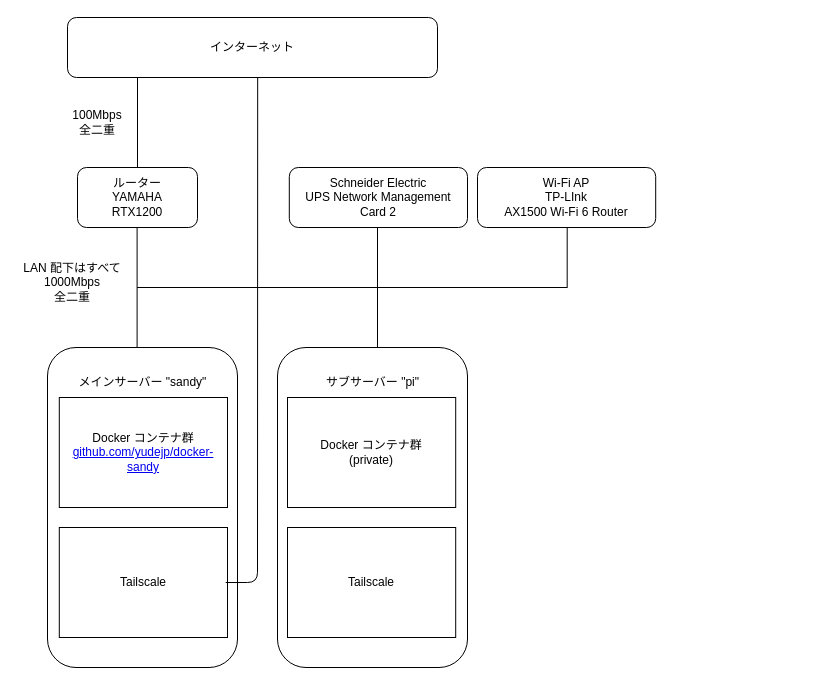
yudejp/infra_old keeps this draw.io diagram as hiroshima.drawio. Above is the earlier version. Source tidied: cells renumbered, new cells numbered last; positions are measured from the earlier drawing's top-left corner, leaving out a move shared by most shapes. Both pictures are drawn from the tidied source at 100%, with x=0, y=0 at pixel (17, 17).
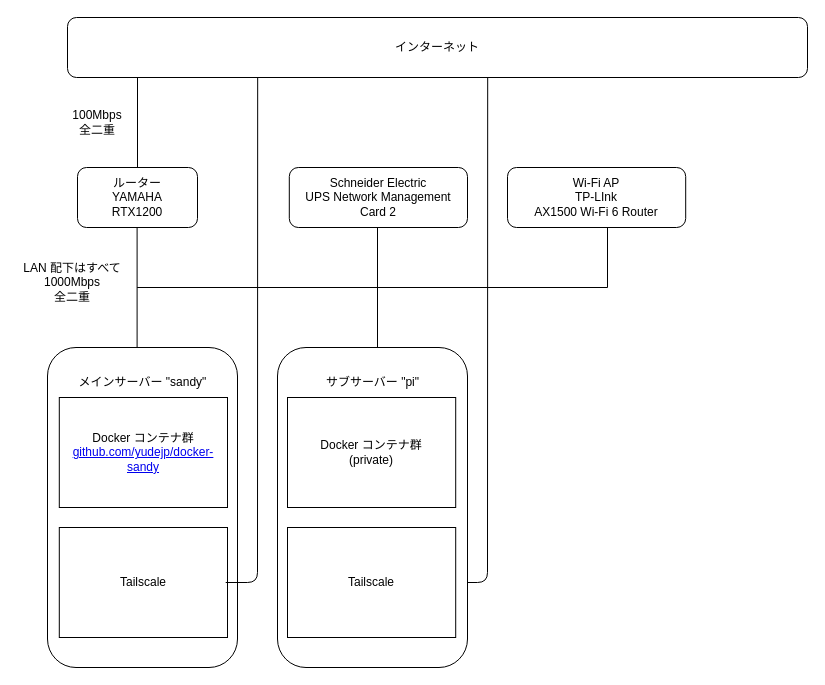
The same diagram, later.

Commit message:
Add missing lines

Change to the diagram source:
```diff
@@
+    <mxCell id="23" style="endArrow=none;html=1;entryX=0.257;entryY=0.833;entryDx=0;entryDy=0;entryPerimeter=0;" parent="1" edge="1">
+      <mxGeometry relative="1" as="geometry">
+        <mxPoint x="438.2" y="565" as="sourcePoint" />
+        <mxPoint x="470.2" y="50" as="targetPoint" />
+        <Array as="points">
+          <mxPoint x="470" y="565" />
+        </Array>
+      </mxGeometry>
+    </mxCell>
@@
     <mxCell id="8" style="endArrow=none;html=1;" parent="1" edge="1">
       <mxGeometry relative="1" as="geometry">
-        <mxPoint x="550" y="270" as="sourcePoint" />
+        <mxPoint x="590" y="270" as="sourcePoint" />
         <mxPoint x="119.6" y="270" as="targetPoint" />
       </mxGeometry>
     </mxCell>
@@
-    <mxCell id="13" style="endArrow=none;html=1;entryX=0.514;entryY=0.833;entryDx=0;entryDy=0;entryPerimeter=0;" parent="1" edge="1" target="14">
+    <mxCell id="13" style="endArrow=none;html=1;entryX=0.257;entryY=0.833;entryDx=0;entryDy=0;entryPerimeter=0;" parent="1" edge="1" target="14">
       <mxGeometry relative="1" as="geometry">
         <mxPoint x="208.2" y="565" as="sourcePoint" />
         <Array as="points">
           <mxPoint x="240" y="565" />
         </Array>
       </mxGeometry>
     </mxCell>
     <mxCell id="14" value="インターネット" style="rounded=1;whiteSpace=wrap;html=1;" parent="1" vertex="1">
-      <mxGeometry x="50" width="370" height="60" as="geometry" />
+      <mxGeometry x="50" width="740" height="60" as="geometry" />
     </mxCell>
@@
     <mxCell id="21" style="endArrow=none;html=1;" parent="1" edge="1">
       <mxGeometry relative="1" as="geometry">
-        <mxPoint x="549.7" y="270" as="sourcePoint" />
-        <mxPoint x="549.7" y="200" as="targetPoint" />
+        <mxPoint x="590" y="270" as="sourcePoint" />
+        <mxPoint x="590" y="200" as="targetPoint" />
       </mxGeometry>
     </mxCell>
     <mxCell id="22" value="Wi-Fi AP&lt;br&gt;TP-LInk&lt;br&gt;AX1500 Wi-Fi 6 Router" style="rounded=1;whiteSpace=wrap;html=1;" parent="1" vertex="1">
-      <mxGeometry x="460" y="150" width="178.2" height="60" as="geometry" />
+      <mxGeometry x="490" y="150" width="178.2" height="60" as="geometry" />
     </mxCell>
```
